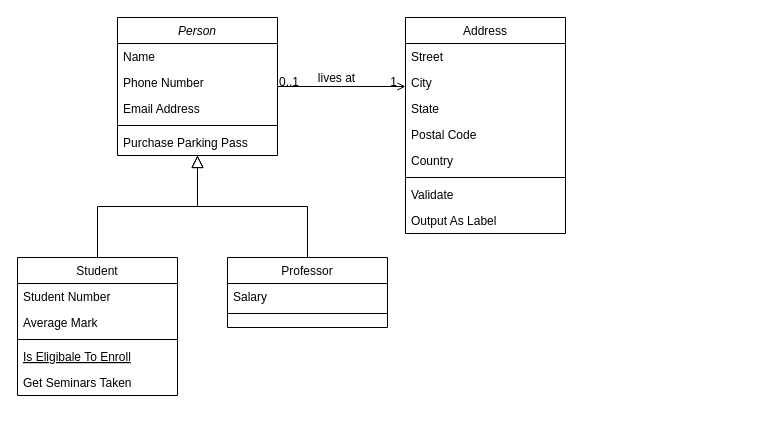
laercioskt/ulauncher-kv keeps this draw.io diagram as kv.drawio. Above is the earlier version. Source tidied: cells renumbered, new cells numbered last; positions are measured from the earlier drawing's top-left corner, leaving out a move shared by most shapes. Both pictures are drawn from the tidied source at 100%, with x=0, y=0 at pixel (17, 17).
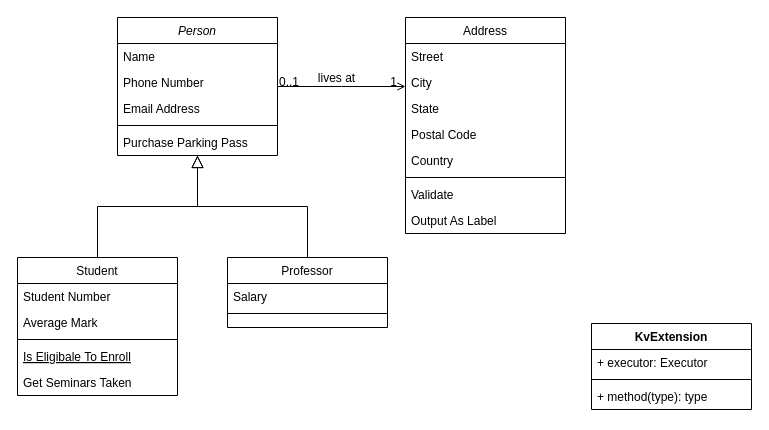
After the change.

The edit, as a diff of the source:
```diff
@@
+    <mxCell id="32" value="KvExtension" style="swimlane;fontStyle=1;align=center;verticalAlign=top;horizontal=1;startSize=26;" parent="1" vertex="1">
+      <mxGeometry x="574" y="306" width="160" height="86" as="geometry" />
+    </mxCell>
+    <mxCell id="33" value="+ executor: Executor" style="text;strokeColor=none;fillColor=none;align=left;verticalAlign=top;spacingLeft=4;spacingRight=4;overflow=hidden;" parent="32" vertex="1">
+      <mxGeometry y="26" width="160" height="26" as="geometry" />
+    </mxCell>
+    <mxCell id="34" style="line;strokeWidth=1;fillColor=none;align=left;verticalAlign=middle;spacingTop=-1;spacingLeft=3;spacingRight=3;labelPosition=right;" parent="32" vertex="1">
+      <mxGeometry y="52" width="160" height="8" as="geometry" />
+    </mxCell>
+    <mxCell id="35" value="+ method(type): type" style="text;strokeColor=none;fillColor=none;align=left;verticalAlign=top;spacingLeft=4;spacingRight=4;overflow=hidden;" parent="32" vertex="1">
+      <mxGeometry y="60" width="160" height="26" as="geometry" />
+    </mxCell>
```
